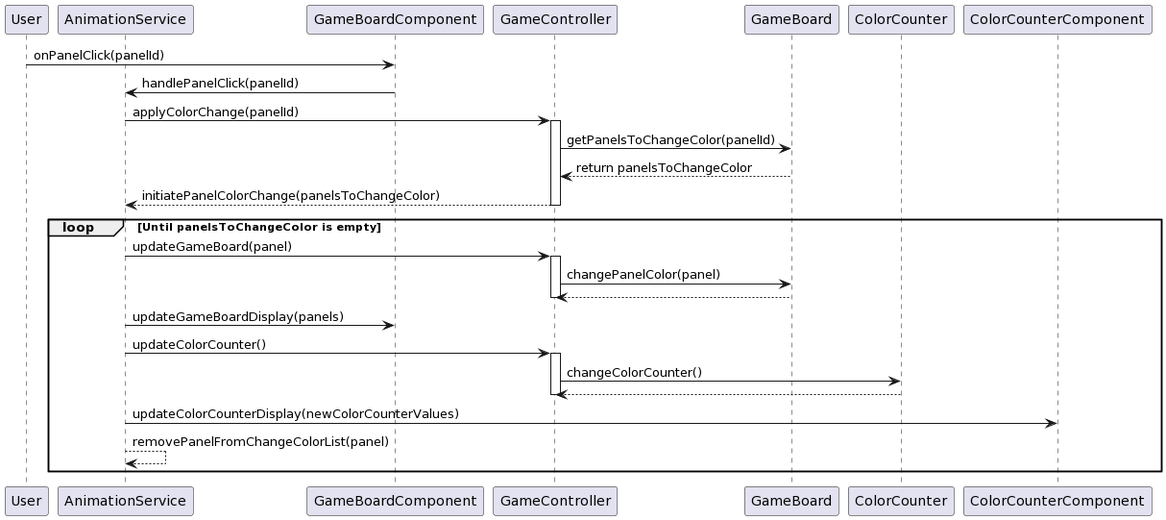
AkamatsuYuu1987/TS-Attack25 keeps this PlantUML diagram as docs/GamePlayInteractionFlow.png. Above is the earlier version.
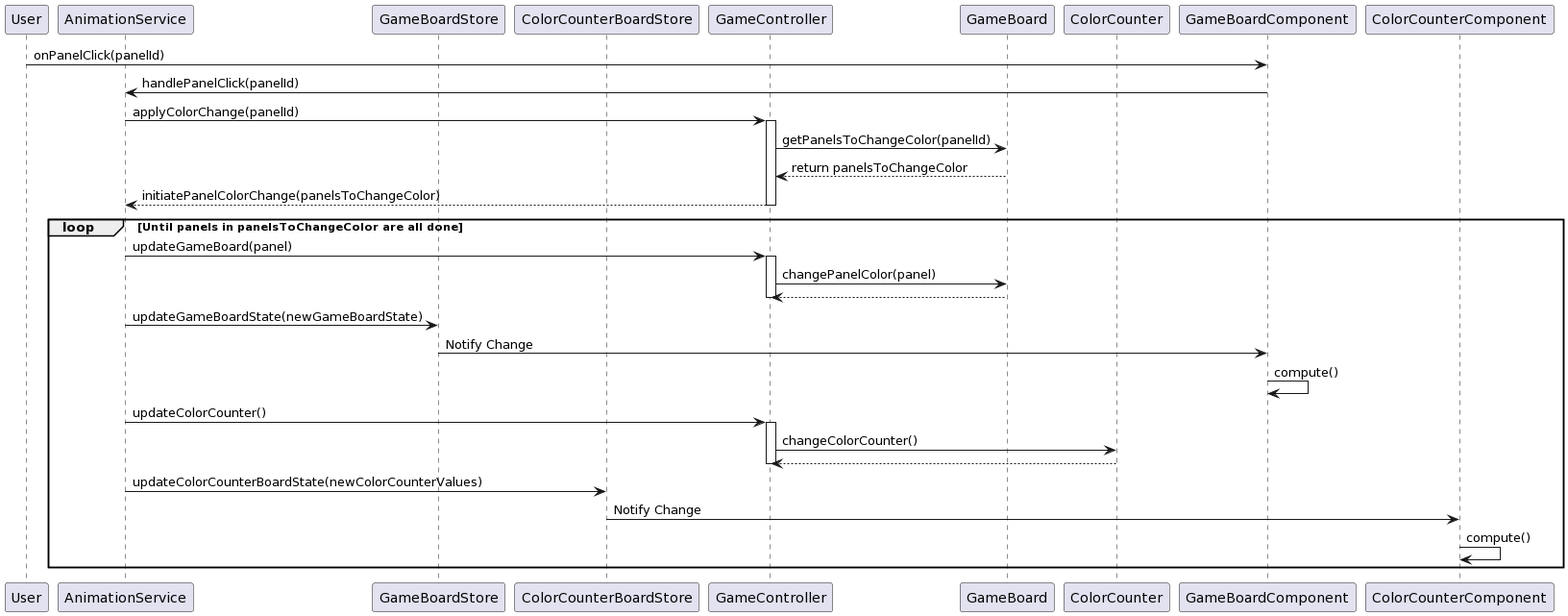
After the change.

Commit message:
UI方式設計の変更

What changed in the source:
```diff
@@ -1,11 +1,15 @@
 @startuml
 participant User
 participant AnimationService
+participant GameBoardStore
+participant ColorCounterBoardStore
 participant GameBoardComponent
 participant GameController
 participant GameBoard
 participant ColorCounter
+participant GameBoardComponent
 participant ColorCounterComponent
+
 
 User -> GameBoardComponent : onPanelClick(panelId)
 GameBoardComponent -> AnimationService: handlePanelClick(panelId)
@@ -15,19 +19,22 @@
 GameBoard --> GameController : return panelsToChangeColor
 GameController --> AnimationService : initiatePanelColorChange(panelsToChangeColor)
 deactivate GameController
-loop Until panelsToChangeColor is empty
+loop Until panels in panelsToChangeColor are all done
     AnimationService -> GameController : updateGameBoard(panel)
     activate GameController
     GameController -> GameBoard : changePanelColor(panel)
     GameBoard --> GameController
     deactivate GameController
-    AnimationService -> GameBoardComponent : updateGameBoardDisplay(panels)
+    AnimationService -> GameBoardStore : updateGameBoardState(newGameBoardState)
+    GameBoardStore -> GameBoardComponent: Notify Change
+    GameBoardComponent -> GameBoardComponent: compute()
     AnimationService -> GameController : updateColorCounter()
     activate GameController
     GameController -> ColorCounter : changeColorCounter()
     ColorCounter --> GameController
     deactivate GameController
-    AnimationService-> ColorCounterComponent : updateColorCounterDisplay(newColorCounterValues)
-    AnimationService--> AnimationService: removePanelFromChangeColorList(panel)
+    AnimationService-> ColorCounterBoardStore : updateColorCounterBoardState(newColorCounterValues)
+    ColorCounterBoardStore -> ColorCounterComponent: Notify Change
+    ColorCounterComponent -> ColorCounterComponent: compute()
 end
 @enduml
```
